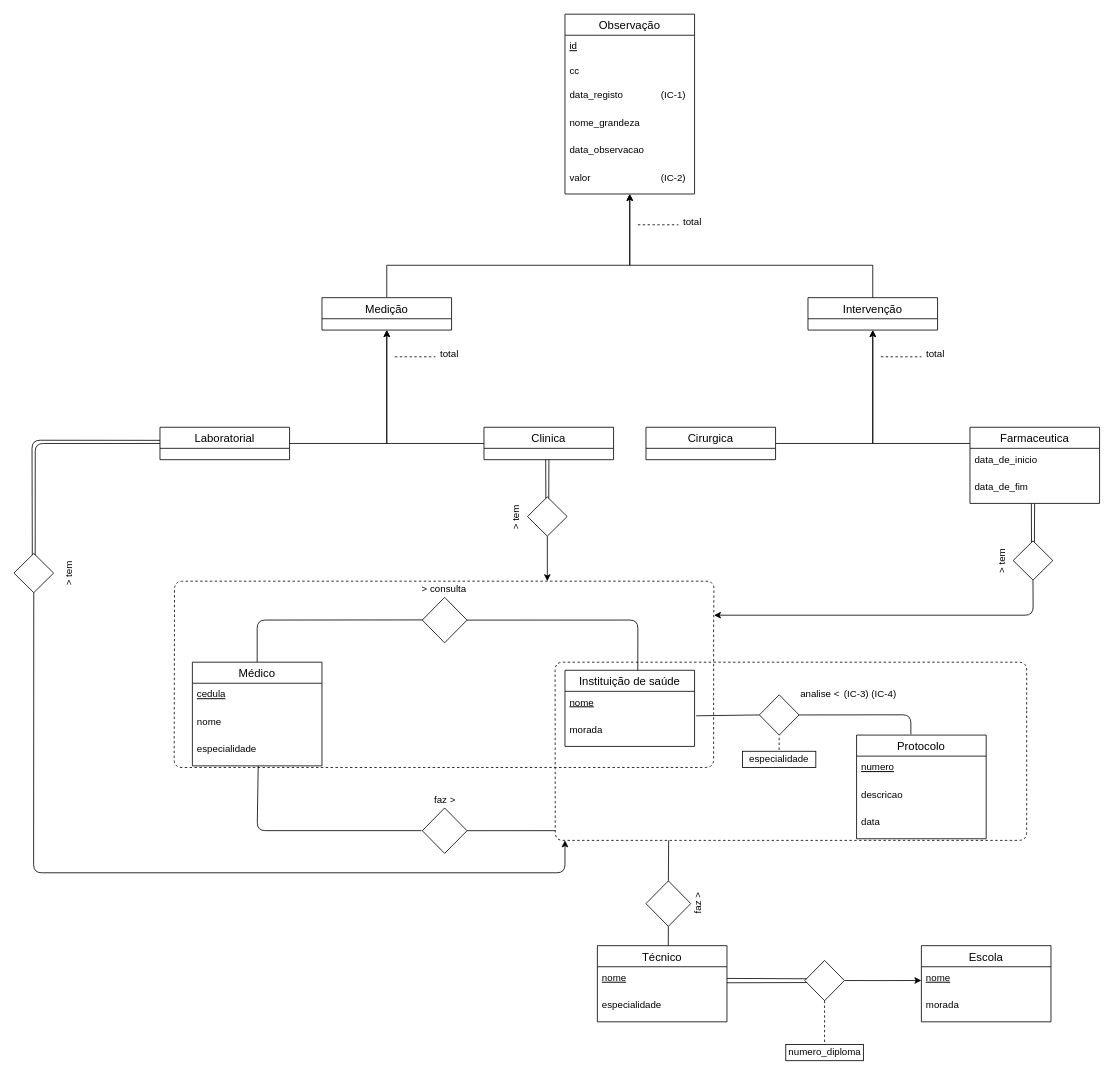
Earlier version of the draw.io diagram bd.drawio (davidbaptista/BD1). Source tidied: cells renumbered, new cells numbered last; positions are measured from the earlier drawing's top-left corner, leaving out a move shared by most shapes. Both pictures are drawn from the tidied source at 81%, with x=0, y=0 at pixel (14, 14).
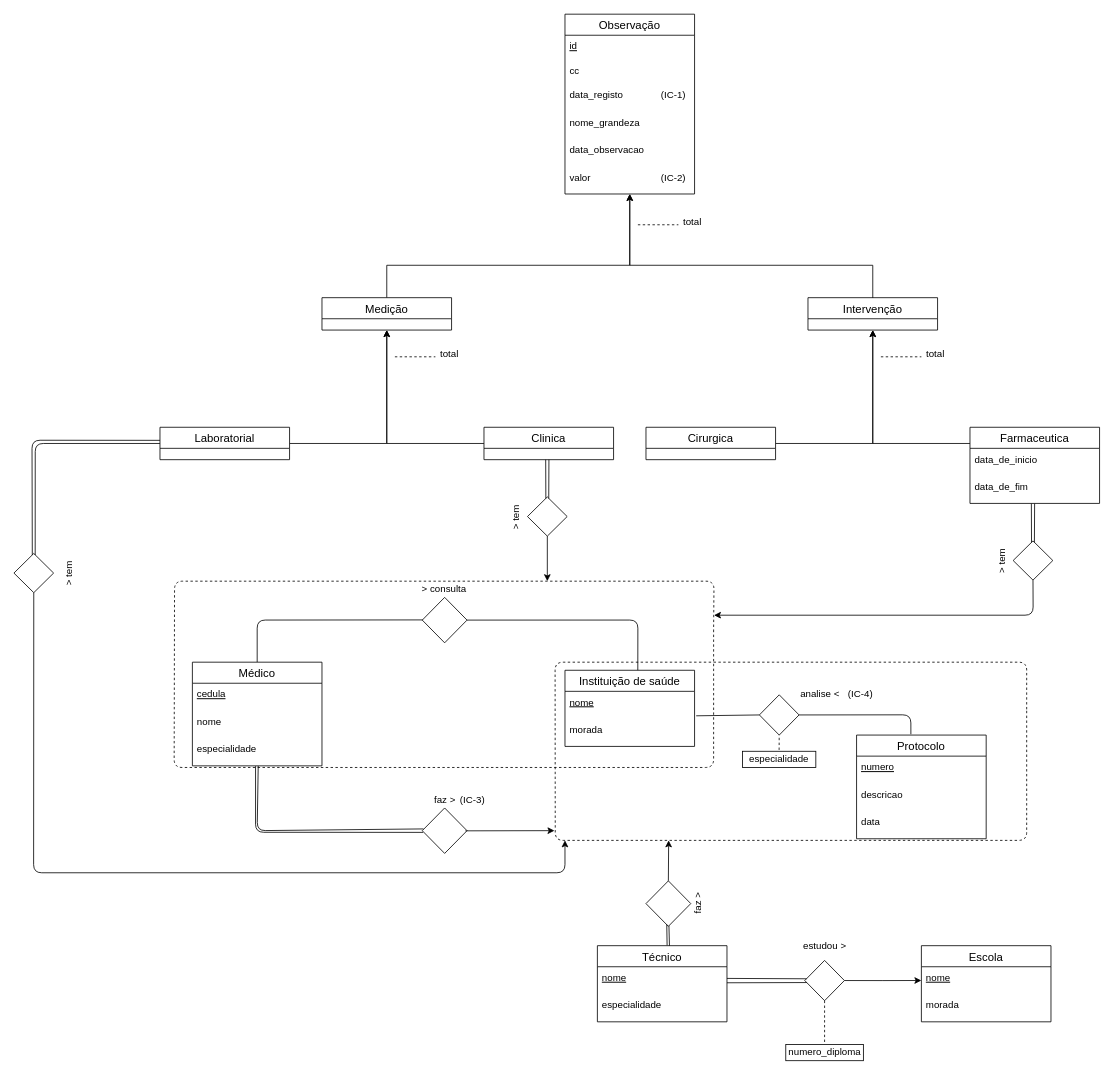
The same diagram, later.

Unchanged cells that the change refers to:
```xml
<mxCell id="65" value="Técnico" style="swimlane;fontStyle=0;horizontal=1;startSize=26;align=center;fontSize=14;" parent="1" vertex="1">
  <mxGeometry x="720" y="1150" width="160" height="94" as="geometry" />
</mxCell>
<mxCell id="74" value="especialidade" style="text;strokeColor=none;fillColor=none;spacingLeft=4;spacingRight=4;overflow=hidden;points=[[0,0.5],[1,0.5]];portConstraint=eastwest;fontSize=12;fontStyle=0;" parent="71" vertex="1">
  <mxGeometry y="94" width="160" height="34" as="geometry" />
</mxCell>
<mxCell id="85" style="rhombus;whiteSpace=wrap;html=1;" parent="1" vertex="1">
  <mxGeometry x="503.8" y="980" width="55.3" height="56.1" as="geometry" />
</mxCell>
<mxCell id="87" style="rhombus;whiteSpace=wrap;html=1;" parent="1" vertex="1">
  <mxGeometry x="780" y="1070" width="55.3" height="56.1" as="geometry" />
</mxCell>
```

The edit, as a diff of the source:
```diff
@@
-    <mxCell id="28" style="endArrow=none;html=1;exitX=0;exitY=0.5;exitDx=0;exitDy=0;entryX=0.508;entryY=1.004;entryDx=0;entryDy=0;entryPerimeter=0;" parent="1" edge="1" target="74">
+    <mxCell id="28" style="endArrow=none;html=1;entryX=0.508;entryY=1.004;entryDx=0;entryDy=0;entryPerimeter=0;exitX=0.028;exitY=0.461;exitDx=0;exitDy=0;exitPerimeter=0;" parent="1" edge="1" source="85" target="74">
       <mxGeometry relative="1" as="geometry">
-        <mxPoint x="502.8" y="1008" as="sourcePoint" />
         <Array as="points">
           <mxPoint x="300" y="1008" />
         </Array>
       </mxGeometry>
     </mxCell>
@@
     <mxCell id="79" value="(IC-3)" style="text;html=1;strokeColor=none;fillColor=none;align=center;verticalAlign=middle;whiteSpace=wrap;rounded=0;" parent="1" vertex="1">
-      <mxGeometry x="1020" y="830" width="40" height="20" as="geometry" />
+      <mxGeometry x="546.3" y="960" width="40" height="20" as="geometry" />
     </mxCell>
     <mxCell id="80" value="(IC-4)" style="text;html=1;strokeColor=none;fillColor=none;align=center;verticalAlign=middle;whiteSpace=wrap;rounded=0;" parent="1" vertex="1">
-      <mxGeometry x="1054" y="830" width="40" height="20" as="geometry" />
+      <mxGeometry x="1025" y="830" width="40" height="20" as="geometry" />
     </mxCell>
@@
-    <mxCell id="86" style="endArrow=none;html=1;entryX=1;entryY=0.5;entryDx=0;entryDy=0;" parent="1" edge="1" target="85">
-      <mxGeometry relative="1" as="geometry">
-        <mxPoint x="668" y="1008" as="sourcePoint" />
-      </mxGeometry>
-    </mxCell>
@@
-    <mxCell id="88" style="endArrow=none;html=1;exitX=0.5;exitY=0;exitDx=0;exitDy=0;" parent="1" edge="1" source="87">
-      <mxGeometry relative="1" as="geometry">
-        <mxPoint x="808" y="1020" as="targetPoint" />
-      </mxGeometry>
-    </mxCell>
-    <mxCell id="89" style="endArrow=none;html=1;entryX=0.5;entryY=1;entryDx=0;entryDy=0;exitX=0.547;exitY=0.001;exitDx=0;exitDy=0;exitPerimeter=0;" parent="1" edge="1" source="65" target="87">
+    <mxCell id="89" style="endArrow=none;html=1;entryX=0.464;entryY=0.957;entryDx=0;entryDy=0;entryPerimeter=0;exitX=0.538;exitY=-0.004;exitDx=0;exitDy=0;exitPerimeter=0;" parent="1" edge="1" source="65" target="87">
       <mxGeometry relative="1" as="geometry" />
     </mxCell>
@@
+    <mxCell id="92" value="estudou &amp;gt;" style="text;html=1;strokeColor=none;fillColor=none;align=center;verticalAlign=middle;whiteSpace=wrap;rounded=0;rotation=0;" parent="1" vertex="1">
+      <mxGeometry x="945.8" y="1140" width="109.5" height="20" as="geometry" />
+    </mxCell>
+    <mxCell id="93" style="endArrow=none;html=1;entryX=0.481;entryY=1.1;entryDx=0;entryDy=0;entryPerimeter=0;exitX=0.018;exitY=0.537;exitDx=0;exitDy=0;exitPerimeter=0;" parent="1" edge="1" source="85">
+      <mxGeometry relative="1" as="geometry">
+        <mxPoint x="298" y="928.4" as="targetPoint" />
+        <Array as="points">
+          <mxPoint x="298" y="1010" />
+        </Array>
+      </mxGeometry>
+    </mxCell>
+    <mxCell id="94" style="endArrow=classic;html=1;exitX=0.963;exitY=0.503;exitDx=0;exitDy=0;exitPerimeter=0;" parent="1" edge="1" source="85">
+      <mxGeometry relative="1" as="geometry">
+        <mxPoint x="667" y="1008" as="targetPoint" />
+      </mxGeometry>
+    </mxCell>
+    <mxCell id="95" style="endArrow=none;html=1;" parent="1" edge="1" target="87">
+      <mxGeometry relative="1" as="geometry">
+        <mxPoint x="809" y="1150" as="sourcePoint" />
+      </mxGeometry>
+    </mxCell>
+    <mxCell id="96" style="endArrow=classic;html=1;exitX=0.5;exitY=0;exitDx=0;exitDy=0;" parent="1" edge="1" source="87">
+      <mxGeometry relative="1" as="geometry">
+        <mxPoint x="808" y="1020" as="targetPoint" />
+      </mxGeometry>
+    </mxCell>
```
